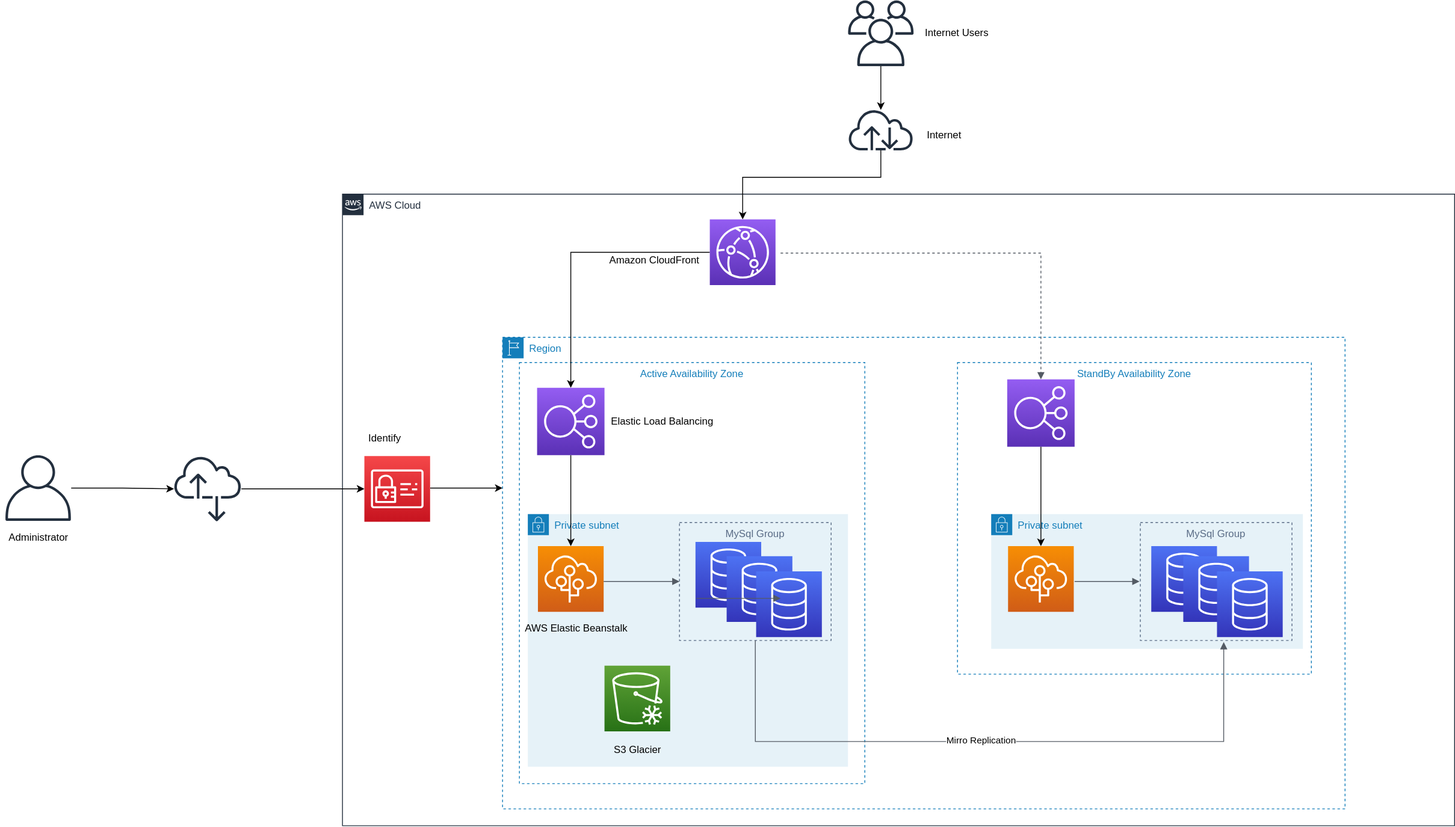
Above: Untitled Diagram.svg in blueskybluesea/practical (draw.io), before the change. Source tidied: cells renumbered, new cells last; positions are measured from the earlier drawing's top-left corner, leaving out a move shared by most shapes.
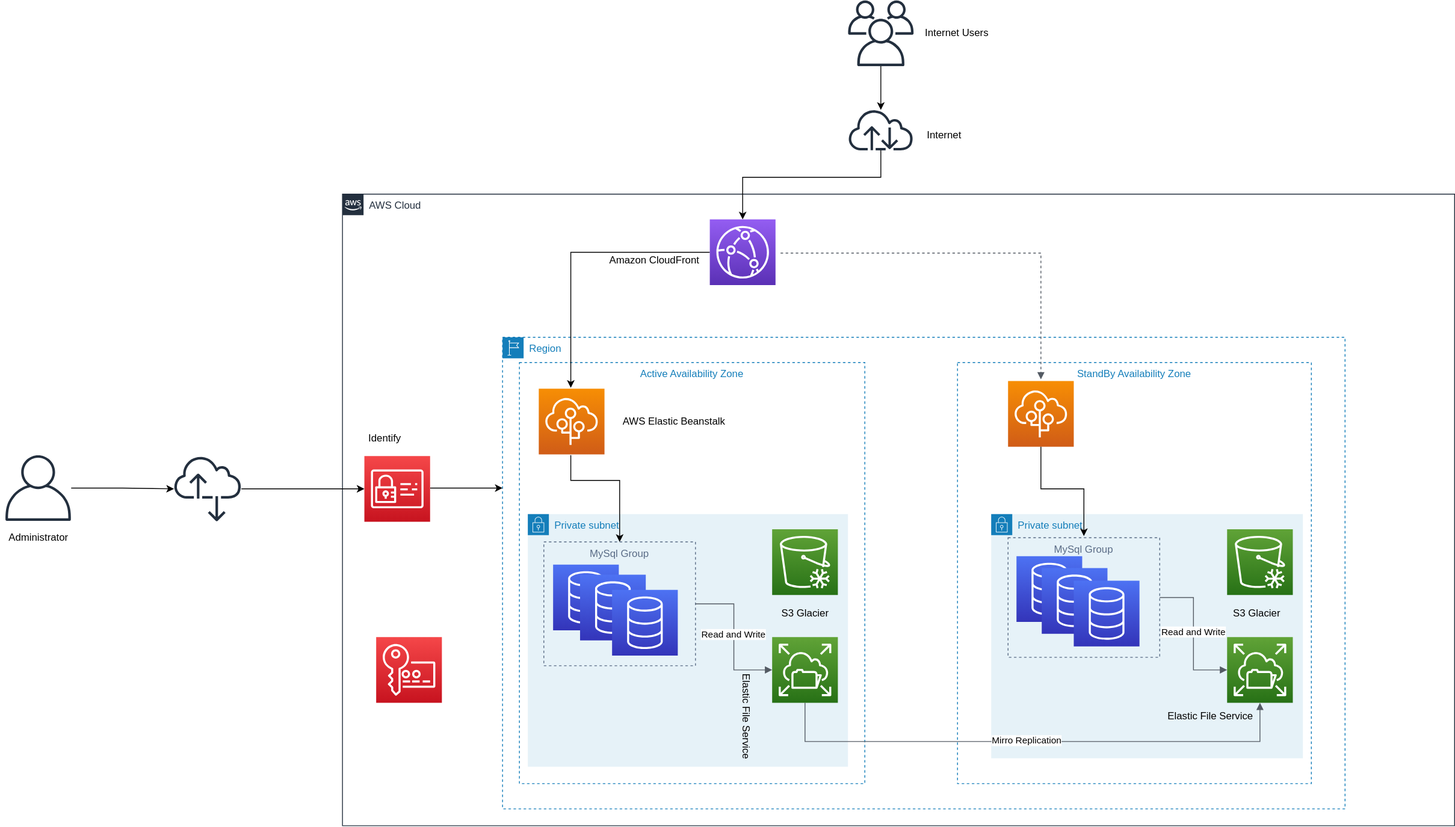
The same file after the commit.

The edit, as a diff of the source:
```diff
@@ -12,7 +12,7 @@
       <mxGeometry x="616" y="430" width="410" height="500" as="geometry" />
     </mxCell>
     <mxCell id="5" value="StandBy Availability Zone" style="fillColor=none;strokeColor=#147EBA;dashed=1;verticalAlign=top;fontStyle=0;fontColor=#147EBA;" parent="1" vertex="1">
-      <mxGeometry x="1136" y="430" width="420" height="370" as="geometry" />
+      <mxGeometry x="1136" y="430" width="420" height="500" as="geometry" />
     </mxCell>
     <mxCell id="6" style="edgeStyle=orthogonalEdgeStyle;rounded=0;jettySize=auto;html=1;" parent="1" edge="1" source="7" target="9">
       <mxGeometry relative="1" as="geometry" />
@@ -31,15 +31,14 @@
     <mxCell id="9" style="outlineConnect=0;fontColor=#232F3E;gradientColor=none;fillColor=#232F3E;strokeColor=none;dashed=0;verticalLabelPosition=bottom;verticalAlign=top;align=center;html=1;fontSize=12;fontStyle=0;shape=mxgraph.aws4.internet;" parent="1" vertex="1">
       <mxGeometry x="1006" y="130" width="78" height="48" as="geometry" />
     </mxCell>
-    <mxCell id="10" style="edgeStyle=orthogonalEdgeStyle;rounded=0;jettySize=auto;html=1;" parent="1" edge="1" source="11" target="12">
-      <mxGeometry relative="1" as="geometry" />
+    <mxCell id="10" style="edgeStyle=orthogonalEdgeStyle;rounded=0;jettySize=auto;html=1;" parent="1" edge="1" source="11">
+      <mxGeometry relative="1" as="geometry">
+        <mxPoint x="677" y="460" as="targetPoint" />
+      </mxGeometry>
     </mxCell>
     <mxCell id="11" style="points=[[0,0,0],[0.25,0,0],[0.5,0,0],[0.75,0,0],[1,0,0],[0,1,0],[0.25,1,0],[0.5,1,0],[0.75,1,0],[1,1,0],[0,0.25,0],[0,0.5,0],[0,0.75,0],[1,0.25,0],[1,0.5,0],[1,0.75,0]];outlineConnect=0;fontColor=#232F3E;gradientColor=#945DF2;gradientDirection=north;fillColor=#5A30B5;strokeColor=#ffffff;dashed=0;verticalLabelPosition=bottom;verticalAlign=top;align=center;html=1;fontSize=12;fontStyle=0;shape=mxgraph.aws4.resourceIcon;resIcon=mxgraph.aws4.cloudfront;" parent="1" vertex="1">
       <mxGeometry x="842" y="260" width="78" height="78" as="geometry" />
     </mxCell>
-    <mxCell id="12" style="points=[[0,0,0],[0.25,0,0],[0.5,0,0],[0.75,0,0],[1,0,0],[0,1,0],[0.25,1,0],[0.5,1,0],[0.75,1,0],[1,1,0],[0,0.25,0],[0,0.5,0],[0,0.75,0],[1,0.25,0],[1,0.5,0],[1,0.75,0]];outlineConnect=0;fontColor=#232F3E;gradientColor=#945DF2;gradientDirection=north;fillColor=#5A30B5;strokeColor=#ffffff;dashed=0;verticalLabelPosition=bottom;verticalAlign=top;align=center;html=1;fontSize=12;fontStyle=0;shape=mxgraph.aws4.resourceIcon;resIcon=mxgraph.aws4.elastic_load_balancing;" parent="1" vertex="1">
-      <mxGeometry x="637" y="460" width="80" height="80" as="geometry" />
-    </mxCell>
     <mxCell id="13" value="Internet Users" style="text;html=1;align=center;verticalAlign=middle;fillColor=none;strokeColor=none;rounded=0;" parent="1" vertex="1">
       <mxGeometry x="1090" y="29" width="90" height="20" as="geometry" />
     </mxCell>
@@ -53,62 +52,65 @@
       <mxGeometry x="626" y="610" width="380" height="300" as="geometry" />
     </mxCell>
     <mxCell id="17" style="points=[[0,0,0],[0.25,0,0],[0.5,0,0],[0.75,0,0],[1,0,0],[0,1,0],[0.25,1,0],[0.5,1,0],[0.75,1,0],[1,1,0],[0,0.25,0],[0,0.5,0],[0,0.75,0],[1,0.25,0],[1,0.5,0],[1,0.75,0]];outlineConnect=0;fontColor=#232F3E;gradientColor=#F78E04;gradientDirection=north;fillColor=#D05C17;strokeColor=#ffffff;dashed=0;verticalLabelPosition=bottom;verticalAlign=top;align=center;html=1;fontSize=12;fontStyle=0;shape=mxgraph.aws4.resourceIcon;resIcon=mxgraph.aws4.elastic_beanstalk;" parent="1" vertex="1">
-      <mxGeometry x="638" y="648" width="78" height="78" as="geometry" />
+      <mxGeometry x="639" y="461" width="78" height="78" as="geometry" />
     </mxCell>
-    <mxCell id="18" style="edgeStyle=orthogonalEdgeStyle;rounded=0;jettySize=auto;html=1;" parent="1" edge="1" source="12" target="17">
-      <mxGeometry relative="1" as="geometry" />
+    <mxCell id="18" style="edgeStyle=orthogonalEdgeStyle;rounded=0;jettySize=auto;html=1;entryX=0.5;entryY=0;entryDx=0;entryDy=0;" parent="1" edge="1" target="20">
+      <mxGeometry relative="1" as="geometry">
+        <mxPoint x="677" y="540" as="sourcePoint" />
+        <Array as="points">
+          <mxPoint x="677" y="570" />
+          <mxPoint x="735" y="570" />
+        </Array>
+      </mxGeometry>
     </mxCell>
-    <mxCell id="19" style="edgeStyle=orthogonalEdgeStyle;html=1;endArrow=block;elbow=vertical;startArrow=none;endFill=1;strokeColor=#545B64;rounded=0;dashed=1;" parent="1" edge="1" target="24">
+    <mxCell id="19" style="edgeStyle=orthogonalEdgeStyle;html=1;endArrow=block;elbow=vertical;startArrow=none;endFill=1;strokeColor=#545B64;rounded=0;dashed=1;" parent="1" edge="1">
       <mxGeometry relative="1" as="geometry">
         <mxPoint x="926" y="300" as="sourcePoint" />
+        <mxPoint x="1235" y="450" as="targetPoint" />
       </mxGeometry>
     </mxCell>
     <mxCell id="20" value="MySql Group" style="fillColor=none;strokeColor=#5A6C86;dashed=1;verticalAlign=top;fontStyle=0;fontColor=#5A6C86;" parent="1" vertex="1">
-      <mxGeometry x="806" y="620" width="180" height="140" as="geometry" />
+      <mxGeometry x="645" y="643" width="180" height="147" as="geometry" />
     </mxCell>
     <mxCell id="21" style="fontColor=#232F3E;gradientColor=#4D72F3;gradientDirection=north;fillColor=#3334B9;strokeColor=#ffffff;dashed=0;verticalLabelPosition=bottom;verticalAlign=top;align=center;html=1;fontSize=12;fontStyle=0;shape=mxgraph.aws4.resourceIcon;resIcon=mxgraph.aws4.database;" parent="1" vertex="1">
-      <mxGeometry x="825" y="643" width="78" height="78" as="geometry" />
+      <mxGeometry x="656" y="670" width="78" height="78" as="geometry" />
     </mxCell>
     <mxCell id="22" style="fontColor=#232F3E;gradientColor=#4D72F3;gradientDirection=north;fillColor=#3334B9;strokeColor=#ffffff;dashed=0;verticalLabelPosition=bottom;verticalAlign=top;align=center;html=1;fontSize=12;fontStyle=0;shape=mxgraph.aws4.resourceIcon;resIcon=mxgraph.aws4.database;" parent="1" vertex="1">
-      <mxGeometry x="862" y="660" width="78" height="78" as="geometry" />
+      <mxGeometry x="688" y="682" width="78" height="78" as="geometry" />
     </mxCell>
     <mxCell id="23" style="fontColor=#232F3E;gradientColor=#4D72F3;gradientDirection=north;fillColor=#3334B9;strokeColor=#ffffff;dashed=0;verticalLabelPosition=bottom;verticalAlign=top;align=center;html=1;fontSize=12;fontStyle=0;shape=mxgraph.aws4.resourceIcon;resIcon=mxgraph.aws4.database;" parent="1" vertex="1">
-      <mxGeometry x="897" y="678" width="78" height="78" as="geometry" />
+      <mxGeometry x="726" y="700" width="78" height="78" as="geometry" />
     </mxCell>
-    <mxCell id="24" style="points=[[0,0,0],[0.25,0,0],[0.5,0,0],[0.75,0,0],[1,0,0],[0,1,0],[0.25,1,0],[0.5,1,0],[0.75,1,0],[1,1,0],[0,0.25,0],[0,0.5,0],[0,0.75,0],[1,0.25,0],[1,0.5,0],[1,0.75,0]];outlineConnect=0;fontColor=#232F3E;gradientColor=#945DF2;gradientDirection=north;fillColor=#5A30B5;strokeColor=#ffffff;dashed=0;verticalLabelPosition=bottom;verticalAlign=top;align=center;html=1;fontSize=12;fontStyle=0;shape=mxgraph.aws4.resourceIcon;resIcon=mxgraph.aws4.elastic_load_balancing;" parent="1" vertex="1">
-      <mxGeometry x="1195" y="450" width="80" height="80" as="geometry" />
-    </mxCell>
     <mxCell id="25" value="Private subnet" style="gradientColor=none;html=1;whiteSpace=wrap;fontSize=12;fontStyle=0;shape=mxgraph.aws4.group;grIcon=mxgraph.aws4.group_security_group;grStroke=0;strokeColor=#147EBA;fillColor=#E6F2F8;verticalAlign=top;align=left;spacingLeft=30;fontColor=#147EBA;dashed=0;" parent="1" vertex="1">
-      <mxGeometry x="1176" y="610" width="370" height="160" as="geometry" />
+      <mxGeometry x="1176" y="610" width="370" height="290" as="geometry" />
     </mxCell>
     <mxCell id="26" style="points=[[0,0,0],[0.25,0,0],[0.5,0,0],[0.75,0,0],[1,0,0],[0,1,0],[0.25,1,0],[0.5,1,0],[0.75,1,0],[1,1,0],[0,0.25,0],[0,0.5,0],[0,0.75,0],[1,0.25,0],[1,0.5,0],[1,0.75,0]];outlineConnect=0;fontColor=#232F3E;gradientColor=#F78E04;gradientDirection=north;fillColor=#D05C17;strokeColor=#ffffff;dashed=0;verticalLabelPosition=bottom;verticalAlign=top;align=center;html=1;fontSize=12;fontStyle=0;shape=mxgraph.aws4.resourceIcon;resIcon=mxgraph.aws4.elastic_beanstalk;" parent="1" vertex="1">
-      <mxGeometry x="1196" y="648" width="78" height="78" as="geometry" />
+      <mxGeometry x="1196" y="452" width="78" height="78" as="geometry" />
     </mxCell>
     <mxCell id="27" value="AWS Elastic Beanstalk&amp;nbsp;" style="text;html=1;align=center;verticalAlign=middle;fillColor=none;strokeColor=none;rounded=0;" parent="1" vertex="1">
-      <mxGeometry x="615" y="736" width="140" height="20" as="geometry" />
+      <mxGeometry x="731" y="490" width="140" height="20" as="geometry" />
     </mxCell>
-    <mxCell id="28" value="Elastic Load Balancing&amp;nbsp;" style="text;html=1;align=center;verticalAlign=middle;fillColor=none;strokeColor=none;rounded=0;" parent="1" vertex="1">
-      <mxGeometry x="717" y="490" width="140" height="20" as="geometry" />
-    </mxCell>
-    <mxCell id="29" style="edgeStyle=orthogonalEdgeStyle;html=1;endArrow=block;elbow=vertical;startArrow=none;endFill=1;strokeColor=#545B64;rounded=0;entryX=0;entryY=0.5;entryDx=0;entryDy=0;" parent="1" edge="1" target="20">
-      <mxGeometry relative="1" as="geometry">
-        <mxPoint x="716" y="690" as="sourcePoint" />
-      </mxGeometry>
-    </mxCell>
     <mxCell id="30" value="MySql Group" style="fillColor=none;strokeColor=#5A6C86;dashed=1;verticalAlign=top;fontStyle=0;fontColor=#5A6C86;" parent="1" vertex="1">
-      <mxGeometry x="1353" y="620" width="180" height="140" as="geometry" />
+      <mxGeometry x="1196" y="638" width="180" height="142" as="geometry" />
     </mxCell>
     <mxCell id="31" style="fontColor=#232F3E;gradientColor=#4D72F3;gradientDirection=north;fillColor=#3334B9;strokeColor=#ffffff;dashed=0;verticalLabelPosition=bottom;verticalAlign=top;align=center;html=1;fontSize=12;fontStyle=0;shape=mxgraph.aws4.resourceIcon;resIcon=mxgraph.aws4.database;" parent="1" vertex="1">
-      <mxGeometry x="1366" y="648" width="78" height="78" as="geometry" />
+      <mxGeometry x="1206" y="660" width="78" height="78" as="geometry" />
     </mxCell>
     <mxCell id="32" style="fontColor=#232F3E;gradientColor=#4D72F3;gradientDirection=north;fillColor=#3334B9;strokeColor=#ffffff;dashed=0;verticalLabelPosition=bottom;verticalAlign=top;align=center;html=1;fontSize=12;fontStyle=0;shape=mxgraph.aws4.resourceIcon;resIcon=mxgraph.aws4.database;" parent="1" vertex="1">
-      <mxGeometry x="1404" y="660" width="78" height="78" as="geometry" />
+      <mxGeometry x="1236" y="674" width="78" height="78" as="geometry" />
     </mxCell>
     <mxCell id="33" style="fontColor=#232F3E;gradientColor=#4D72F3;gradientDirection=north;fillColor=#3334B9;strokeColor=#ffffff;dashed=0;verticalLabelPosition=bottom;verticalAlign=top;align=center;html=1;fontSize=12;fontStyle=0;shape=mxgraph.aws4.resourceIcon;resIcon=mxgraph.aws4.database;" parent="1" vertex="1">
-      <mxGeometry x="1444" y="678" width="78" height="78" as="geometry" />
+      <mxGeometry x="1274" y="689" width="78" height="78" as="geometry" />
     </mxCell>
-    <mxCell id="34" style="edgeStyle=orthogonalEdgeStyle;rounded=0;jettySize=auto;html=1;entryX=0.5;entryY=0;entryDx=0;entryDy=0;entryPerimeter=0;" parent="1" edge="1" source="24" target="26">
-      <mxGeometry relative="1" as="geometry" />
+    <mxCell id="34" style="edgeStyle=orthogonalEdgeStyle;rounded=0;orthogonalLoop=1;jettySize=auto;html=1;" parent="1" edge="1">
+      <mxGeometry relative="1" as="geometry">
+        <mxPoint x="1235" y="530" as="sourcePoint" />
+        <mxPoint x="1286" y="636" as="targetPoint" />
+        <Array as="points">
+          <mxPoint x="1235" y="580" />
+          <mxPoint x="1286" y="580" />
+        </Array>
+      </mxGeometry>
     </mxCell>
     <mxCell id="35" style="edgeStyle=orthogonalEdgeStyle;rounded=0;jettySize=auto;html=1;" parent="1" edge="1" source="36" target="44">
       <mxGeometry relative="1" as="geometry" />
@@ -120,10 +122,10 @@
       <mxGeometry y="628" width="90" height="20" as="geometry" />
     </mxCell>
     <mxCell id="38" style="fontColor=#232F3E;gradientColor=#60A337;gradientDirection=north;fillColor=#277116;strokeColor=#ffffff;dashed=0;verticalLabelPosition=bottom;verticalAlign=top;align=center;html=1;fontSize=12;fontStyle=0;shape=mxgraph.aws4.resourceIcon;resIcon=mxgraph.aws4.glacier;" parent="1" vertex="1">
-      <mxGeometry x="717" y="790" width="78" height="78" as="geometry" />
+      <mxGeometry x="916" y="628" width="78" height="78" as="geometry" />
     </mxCell>
     <mxCell id="39" value="S3 Glacier" style="text;html=1;align=center;verticalAlign=middle;fillColor=none;strokeColor=none;rounded=0;" parent="1" vertex="1">
-      <mxGeometry x="721" y="880" width="70" height="20" as="geometry" />
+      <mxGeometry x="920" y="718" width="70" height="20" as="geometry" />
     </mxCell>
     <mxCell id="40" style="edgeStyle=orthogonalEdgeStyle;rounded=0;jettySize=auto;html=1;" parent="1" edge="1" source="41" target="3">
       <mxGeometry relative="1" as="geometry">
@@ -136,12 +138,6 @@
     <mxCell id="41" style="points=[[0,0,0],[0.25,0,0],[0.5,0,0],[0.75,0,0],[1,0,0],[0,1,0],[0.25,1,0],[0.5,1,0],[0.75,1,0],[1,1,0],[0,0.25,0],[0,0.5,0],[0,0.75,0],[1,0.25,0],[1,0.5,0],[1,0.75,0]];outlineConnect=0;fontColor=#232F3E;gradientColor=#F54749;gradientDirection=north;fillColor=#C7131F;strokeColor=#ffffff;dashed=0;verticalLabelPosition=bottom;verticalAlign=top;align=center;html=1;fontSize=12;fontStyle=0;shape=mxgraph.aws4.resourceIcon;resIcon=mxgraph.aws4.identity_and_access_management;" parent="1" vertex="1">
       <mxGeometry x="432" y="541" width="78" height="78" as="geometry" />
     </mxCell>
-    <mxCell id="42" style="edgeStyle=orthogonalEdgeStyle;html=1;endArrow=block;elbow=vertical;startArrow=none;endFill=1;strokeColor=#545B64;rounded=0;" parent="1" edge="1">
-      <mxGeometry relative="1" as="geometry">
-        <mxPoint x="826" y="710" as="sourcePoint" />
-        <mxPoint x="926" y="710" as="targetPoint" />
-      </mxGeometry>
-    </mxCell>
     <mxCell id="43" style="edgeStyle=orthogonalEdgeStyle;rounded=0;jettySize=auto;html=1;" parent="1" edge="1" source="44" target="41">
       <mxGeometry relative="1" as="geometry" />
     </mxCell>
@@ -151,22 +147,49 @@
     <mxCell id="45" value="Identify" style="text;html=1;align=center;verticalAlign=middle;fillColor=none;strokeColor=none;rounded=0;" parent="1" vertex="1">
       <mxGeometry x="431" y="510" width="50" height="20" as="geometry" />
     </mxCell>
-    <mxCell id="46" style="edgeStyle=orthogonalEdgeStyle;html=1;endArrow=block;elbow=vertical;startArrow=none;endFill=1;strokeColor=#545B64;rounded=0;entryX=0.55;entryY=1.014;entryDx=0;entryDy=0;entryPerimeter=0;exitX=0.5;exitY=1;exitDx=0;exitDy=0;" parent="1" edge="1" source="20" target="30">
+    <mxCell id="46" style="edgeStyle=orthogonalEdgeStyle;html=1;endArrow=block;elbow=vertical;startArrow=none;endFill=1;strokeColor=#545B64;rounded=0;exitX=0.5;exitY=1;exitDx=0;exitDy=0;exitPerimeter=0;entryX=0.5;entryY=1;entryDx=0;entryDy=0;entryPerimeter=0;" parent="1" edge="1" source="52" target="53">
       <mxGeometry relative="1" as="geometry">
         <Array as="points">
-          <mxPoint x="896" y="880" />
-          <mxPoint x="1452" y="880" />
+          <mxPoint x="955" y="880" />
+          <mxPoint x="1495" y="880" />
         </Array>
       </mxGeometry>
     </mxCell>
     <mxCell id="47" value="Mirro Replication" style="edgeLabel;html=1;align=center;verticalAlign=middle;" parent="46" vertex="1">
       <mxGeometry x="-0.03" y="2" relative="1" as="geometry" />
     </mxCell>
-    <mxCell id="48" style="edgeStyle=orthogonalEdgeStyle;html=1;endArrow=block;elbow=vertical;startArrow=none;endFill=1;strokeColor=#545B64;rounded=0;entryX=0;entryY=0.5;entryDx=0;entryDy=0;" parent="1" edge="1">
-      <mxGeometry relative="1" as="geometry">
-        <mxPoint x="1275" y="690" as="sourcePoint" />
-        <mxPoint x="1352" y="690" as="targetPoint" />
-      </mxGeometry>
-    </mxCell>
+    <mxCell id="49" style="fontColor=#232F3E;gradientColor=#F54749;gradientDirection=north;fillColor=#C7131F;strokeColor=#ffffff;dashed=0;verticalLabelPosition=bottom;verticalAlign=top;align=center;html=1;fontSize=12;fontStyle=0;shape=mxgraph.aws4.resourceIcon;resIcon=mxgraph.aws4.key_management_service;" parent="1" vertex="1">
+      <mxGeometry x="446" y="756" width="78" height="78" as="geometry" />
+    </mxCell>
+    <mxCell id="50" style="fontColor=#232F3E;gradientColor=#60A337;gradientDirection=north;fillColor=#277116;strokeColor=#ffffff;dashed=0;verticalLabelPosition=bottom;verticalAlign=top;align=center;html=1;fontSize=12;fontStyle=0;shape=mxgraph.aws4.resourceIcon;resIcon=mxgraph.aws4.glacier;" parent="1" vertex="1">
+      <mxGeometry x="1456" y="628" width="78" height="78" as="geometry" />
+    </mxCell>
+    <mxCell id="51" value="S3 Glacier" style="text;html=1;align=center;verticalAlign=middle;fillColor=none;strokeColor=none;rounded=0;" parent="1" vertex="1">
+      <mxGeometry x="1456" y="718" width="70" height="20" as="geometry" />
+    </mxCell>
+    <mxCell id="52" style="points=[[0,0,0],[0.25,0,0],[0.5,0,0],[0.75,0,0],[1,0,0],[0,1,0],[0.25,1,0],[0.5,1,0],[0.75,1,0],[1,1,0],[0,0.25,0],[0,0.5,0],[0,0.75,0],[1,0.25,0],[1,0.5,0],[1,0.75,0]];outlineConnect=0;fontColor=#232F3E;gradientColor=#60A337;gradientDirection=north;fillColor=#277116;strokeColor=#ffffff;dashed=0;verticalLabelPosition=bottom;verticalAlign=top;align=center;html=1;fontSize=12;fontStyle=0;shape=mxgraph.aws4.resourceIcon;resIcon=mxgraph.aws4.elastic_file_system;" parent="1" vertex="1">
+      <mxGeometry x="916" y="756" width="78" height="78" as="geometry" />
+    </mxCell>
+    <mxCell id="53" style="points=[[0,0,0],[0.25,0,0],[0.5,0,0],[0.75,0,0],[1,0,0],[0,1,0],[0.25,1,0],[0.5,1,0],[0.75,1,0],[1,1,0],[0,0.25,0],[0,0.5,0],[0,0.75,0],[1,0.25,0],[1,0.5,0],[1,0.75,0]];outlineConnect=0;fontColor=#232F3E;gradientColor=#60A337;gradientDirection=north;fillColor=#277116;strokeColor=#ffffff;dashed=0;verticalLabelPosition=bottom;verticalAlign=top;align=center;html=1;fontSize=12;fontStyle=0;shape=mxgraph.aws4.resourceIcon;resIcon=mxgraph.aws4.elastic_file_system;" parent="1" vertex="1">
+      <mxGeometry x="1456" y="756" width="78" height="78" as="geometry" />
+    </mxCell>
+    <mxCell id="54" style="edgeStyle=orthogonalEdgeStyle;html=1;endArrow=block;elbow=vertical;startArrow=none;endFill=1;strokeColor=#545B64;rounded=0;exitX=1;exitY=0.5;exitDx=0;exitDy=0;entryX=0;entryY=0.5;entryDx=0;entryDy=0;entryPerimeter=0;" parent="1" edge="1" source="20" target="52">
+      <mxGeometry relative="1" as="geometry" />
+    </mxCell>
+    <mxCell id="55" value="Read and Write" style="edgeLabel;html=1;align=center;verticalAlign=middle;" parent="54" vertex="1">
+      <mxGeometry x="-0.04" y="-1" relative="1" as="geometry" />
+    </mxCell>
+    <mxCell id="56" style="edgeStyle=orthogonalEdgeStyle;html=1;endArrow=block;elbow=vertical;startArrow=none;endFill=1;strokeColor=#545B64;rounded=0;exitX=1;exitY=0.5;exitDx=0;exitDy=0;entryX=0;entryY=0.5;entryDx=0;entryDy=0;entryPerimeter=0;" parent="1" edge="1" source="30" target="53">
+      <mxGeometry relative="1" as="geometry" />
+    </mxCell>
+    <mxCell id="57" value="Read and Write" style="edgeLabel;html=1;align=center;verticalAlign=middle;" parent="56" vertex="1">
+      <mxGeometry x="-0.04" y="-1" relative="1" as="geometry" />
+    </mxCell>
+    <mxCell id="58" value="Elastic File Service" style="text;html=1;align=center;verticalAlign=middle;fillColor=none;strokeColor=none;rounded=0;" parent="1" vertex="1">
+      <mxGeometry x="1376" y="840" width="120" height="20" as="geometry" />
+    </mxCell>
+    <mxCell id="59" value="Elastic File Service" style="text;html=1;align=center;verticalAlign=middle;fillColor=none;strokeColor=none;rounded=0;rotation=90;" parent="1" vertex="1">
+      <mxGeometry x="825" y="840" width="120" height="20" as="geometry" />
+    </mxCell>
   </root>
 </mxGraphModel>
```
